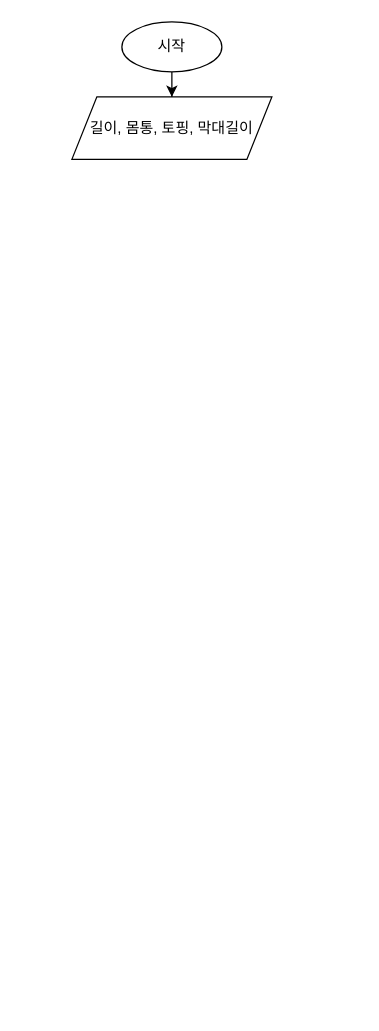
Before: CodeStarterCamp_Week1/step3.drawio in yagom-academy/swift, a draw.io diagram. Source tidied: cells renumbered, new cells numbered last; positions are measured from the earlier drawing's top-left corner, leaving out a move shared by most shapes. Both pictures are drawn from the tidied source at 125%, with x=0, y=0 at pixel (71, 21).
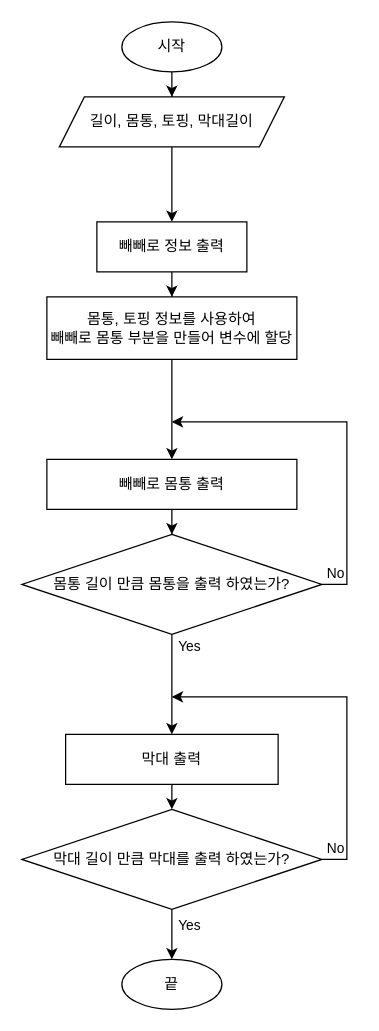
The same diagram, later.

Diff of the diagram source:
```diff
@@
+    <mxCell id="5" style="edgeStyle=orthogonalEdgeStyle;rounded=0;jettySize=auto;html=1;" parent="1" edge="1" source="4" target="7">
+      <mxGeometry relative="1" as="geometry" />
+    </mxCell>
     <mxCell id="4" value="길이, 몸통, 토핑, 막대길이" style="shape=parallelogram;perimeter=parallelogramPerimeter;whiteSpace=wrap;html=1;fixedSize=1;" parent="1" vertex="1">
-      <mxGeometry y="60" width="160" height="50" as="geometry" />
+      <mxGeometry x="-10" y="60" width="180" height="40" as="geometry" />
     </mxCell>
+    <mxCell id="6" style="edgeStyle=orthogonalEdgeStyle;rounded=0;jettySize=auto;html=1;" parent="1" edge="1" source="7" target="9">
+      <mxGeometry relative="1" as="geometry" />
+    </mxCell>
+    <mxCell id="7" value="빼빼로 정보 출력" style="whiteSpace=wrap;html=1;" parent="1" vertex="1">
+      <mxGeometry x="20" y="160" width="120" height="40" as="geometry" />
+    </mxCell>
+    <mxCell id="8" style="edgeStyle=orthogonalEdgeStyle;rounded=0;jettySize=auto;html=1;" parent="1" edge="1" source="9" target="11">
+      <mxGeometry relative="1" as="geometry" />
+    </mxCell>
+    <mxCell id="9" value="몸통, 토핑 정보를 사용하여&lt;br&gt;빼빼로 몸통 부분을 만들어 변수에 할당" style="whiteSpace=wrap;html=1;" parent="1" vertex="1">
+      <mxGeometry x="-20" y="220" width="200" height="50" as="geometry" />
+    </mxCell>
+    <mxCell id="10" style="edgeStyle=orthogonalEdgeStyle;rounded=0;jettySize=auto;html=1;" parent="1" edge="1" source="11" target="18">
+      <mxGeometry relative="1" as="geometry" />
+    </mxCell>
+    <mxCell id="11" value="빼빼로 몸통 출력" style="whiteSpace=wrap;html=1;" parent="1" vertex="1">
+      <mxGeometry x="-20" y="350" width="200" height="40" as="geometry" />
+    </mxCell>
+    <mxCell id="12" style="edgeStyle=orthogonalEdgeStyle;rounded=0;jettySize=auto;html=1;exitX=0.5;exitY=1;exitDx=0;exitDy=0;entryX=0.5;entryY=0;entryDx=0;entryDy=0;" parent="1" edge="1" source="13" target="23">
+      <mxGeometry relative="1" as="geometry" />
+    </mxCell>
+    <mxCell id="13" value="막대 출력" style="whiteSpace=wrap;html=1;" parent="1" vertex="1">
+      <mxGeometry x="-5" y="570" width="170" height="40" as="geometry" />
+    </mxCell>
+    <mxCell id="14" style="edgeStyle=orthogonalEdgeStyle;rounded=0;jettySize=auto;html=1;exitX=1;exitY=0.5;exitDx=0;exitDy=0;" parent="1" edge="1" source="18">
+      <mxGeometry relative="1" as="geometry">
+        <mxPoint x="80" y="320" as="targetPoint" />
+        <Array as="points">
+          <mxPoint x="220" y="450" />
+          <mxPoint x="220" y="320" />
+          <mxPoint x="80" y="320" />
+        </Array>
+      </mxGeometry>
+    </mxCell>
+    <mxCell id="15" value="No" style="edgeLabel;html=1;align=center;verticalAlign=middle;" parent="14" vertex="1">
+      <mxGeometry x="-0.72" y="-2" relative="1" as="geometry">
+        <mxPoint x="-12" y="11" as="offset" />
+      </mxGeometry>
+    </mxCell>
+    <mxCell id="16" style="edgeStyle=orthogonalEdgeStyle;rounded=0;jettySize=auto;html=1;exitX=0.5;exitY=1;exitDx=0;exitDy=0;entryX=0.5;entryY=0;entryDx=0;entryDy=0;" parent="1" edge="1" source="18" target="13">
+      <mxGeometry relative="1" as="geometry" />
+    </mxCell>
+    <mxCell id="17" value="Yes" style="edgeLabel;html=1;align=center;verticalAlign=middle;" parent="16" vertex="1">
+      <mxGeometry x="-0.41" y="2" relative="1" as="geometry">
+        <mxPoint x="11" y="-15" as="offset" />
+      </mxGeometry>
+    </mxCell>
+    <mxCell id="18" value="몸통 길이 만큼 몸통을 출력 하였는가?" style="rhombus;whiteSpace=wrap;html=1;" parent="1" vertex="1">
+      <mxGeometry x="-40" y="410" width="240" height="80" as="geometry" />
+    </mxCell>
+    <mxCell id="19" style="edgeStyle=orthogonalEdgeStyle;rounded=0;jettySize=auto;html=1;exitX=1;exitY=0.5;exitDx=0;exitDy=0;" parent="1" edge="1" source="23">
+      <mxGeometry relative="1" as="geometry">
+        <mxPoint x="80" y="540" as="targetPoint" />
+        <Array as="points">
+          <mxPoint x="220" y="670" />
+          <mxPoint x="220" y="540" />
+          <mxPoint x="80" y="540" />
+        </Array>
+      </mxGeometry>
+    </mxCell>
+    <mxCell id="20" value="No" style="edgeLabel;html=1;align=center;verticalAlign=middle;" parent="19" vertex="1">
+      <mxGeometry x="-0.72" y="-2" relative="1" as="geometry">
+        <mxPoint x="-12" y="11" as="offset" />
+      </mxGeometry>
+    </mxCell>
+    <mxCell id="21" style="edgeStyle=orthogonalEdgeStyle;rounded=0;jettySize=auto;html=1;exitX=0.5;exitY=1;exitDx=0;exitDy=0;entryX=0.5;entryY=0;entryDx=0;entryDy=0;" parent="1" edge="1" source="23" target="24">
+      <mxGeometry relative="1" as="geometry" />
+    </mxCell>
+    <mxCell id="22" value="Yes" style="edgeLabel;html=1;align=center;verticalAlign=middle;" parent="21" vertex="1">
+      <mxGeometry x="-0.41" y="2" relative="1" as="geometry">
+        <mxPoint x="11" as="offset" />
+      </mxGeometry>
+    </mxCell>
+    <mxCell id="23" value="막대 길이 만큼 막대를 출력 하였는가?" style="rhombus;whiteSpace=wrap;html=1;" parent="1" vertex="1">
+      <mxGeometry x="-40" y="630" width="240" height="80" as="geometry" />
+    </mxCell>
+    <mxCell id="24" value="끝" style="ellipse;whiteSpace=wrap;html=1;" parent="1" vertex="1">
+      <mxGeometry x="40" y="750" width="80" height="40" as="geometry" />
+    </mxCell>
```
